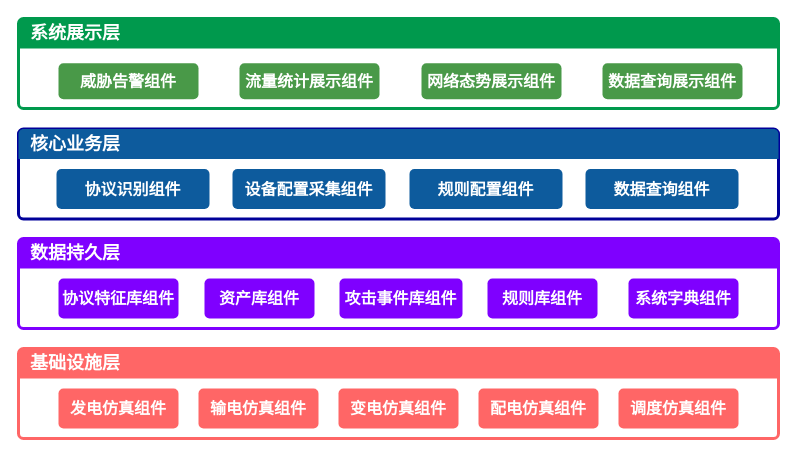
ytwei72/drawio keeps this draw.io diagram as page "试验管控" (4 of 4) of 功能组件.drawio. Above is the earlier version. Source tidied: cells renumbered, new cells numbered last; positions are measured from the earlier drawing's top-left corner, leaving out a move shared by most shapes. Both pictures are drawn from the tidied source at 100%, with x=0, y=0 at pixel (18, 18).
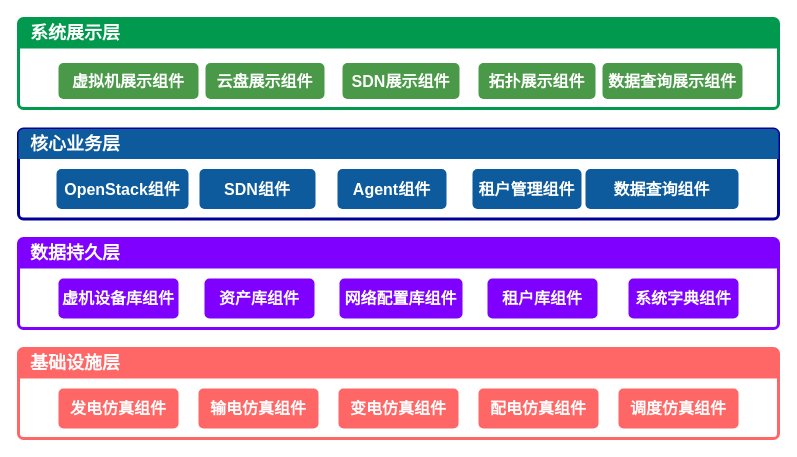
After the change.

Commit message:
增加试验管控.drawio

The change refers to these unchanged cells:
```xml
<mxCell id="2" style="html=1;shadow=0;dashed=0;shape=mxgraph.bootstrap.rrect;align=center;rSize=5;strokeColor=#00994D;fontColor=#f0f0f0;spacingTop=30;whiteSpace=wrap;fillColor=none;strokeWidth=3;" parent="1" vertex="1">
  <mxGeometry width="760" height="90" as="geometry" />
</mxCell>
<mxCell id="8" style="html=1;shadow=0;dashed=0;shape=mxgraph.bootstrap.rrect;align=center;rSize=5;strokeColor=#000099;fontColor=#f0f0f0;spacingTop=30;whiteSpace=wrap;fillColor=none;strokeWidth=3;" parent="1" vertex="1">
  <mxGeometry y="110.5" width="760" height="90" as="geometry" />
</mxCell>
<mxCell id="14" style="html=1;shadow=0;dashed=0;shape=mxgraph.bootstrap.rrect;align=center;rSize=5;strokeColor=#7F00FF;fontColor=#f0f0f0;spacingTop=30;whiteSpace=wrap;fillColor=none;strokeWidth=3;" parent="1" vertex="1">
  <mxGeometry y="220" width="760" height="90" as="geometry" />
</mxCell>
```

Change to the diagram source:
```diff
@@
-    <mxCell id="4" value="威胁告警组件" style="html=1;shadow=0;dashed=0;shape=mxgraph.bootstrap.rrect;align=center;rSize=5;strokeColor=none;fillColor=#499948;fontColor=#ffffff;fontStyle=1;whiteSpace=wrap;fontSize=16;fontFamily=楷体;" parent="2" vertex="1">
-      <mxGeometry x="40" y="44.7" width="140" height="36" as="geometry" />
+    <mxCell id="4" value="虚拟机展示组件" style="html=1;shadow=0;dashed=0;shape=mxgraph.bootstrap.rrect;align=center;rSize=5;strokeColor=none;fillColor=#499948;fontColor=#ffffff;fontStyle=1;whiteSpace=wrap;fontSize=16;fontFamily=楷体;flipH=1;flipV=1;" parent="2" vertex="1">
+      <mxGeometry x="40" y="44.5" width="140" height="36" as="geometry" />
     </mxCell>
-    <mxCell id="5" value="流量统计展示组件" style="html=1;shadow=0;dashed=0;shape=mxgraph.bootstrap.rrect;align=center;rSize=5;strokeColor=none;fillColor=#499948;fontColor=#ffffff;fontStyle=1;whiteSpace=wrap;fontSize=16;fontFamily=楷体;" parent="2" vertex="1">
-      <mxGeometry x="221" y="44.7" width="140" height="36" as="geometry" />
+    <mxCell id="5" value="云盘展示组件" style="html=1;shadow=0;dashed=0;shape=mxgraph.bootstrap.rrect;align=center;rSize=5;strokeColor=none;fillColor=#499948;fontColor=#ffffff;fontStyle=1;whiteSpace=wrap;fontSize=16;fontFamily=楷体;flipH=1;flipV=1;" parent="2" vertex="1">
+      <mxGeometry x="187" y="44.5" width="119" height="36" as="geometry" />
     </mxCell>
-    <mxCell id="6" value="网络态势展示组件" style="html=1;shadow=0;dashed=0;shape=mxgraph.bootstrap.rrect;align=center;rSize=5;strokeColor=none;fillColor=#499948;fontColor=#ffffff;fontStyle=1;whiteSpace=wrap;fontSize=16;fontFamily=楷体;" parent="2" vertex="1">
-      <mxGeometry x="403" y="44.7" width="140" height="36" as="geometry" />
+    <mxCell id="6" value="SDN展示组件" style="html=1;shadow=0;dashed=0;shape=mxgraph.bootstrap.rrect;align=center;rSize=5;strokeColor=none;fillColor=#499948;fontColor=#ffffff;fontStyle=1;whiteSpace=wrap;fontSize=16;fontFamily=楷体;flipH=1;flipV=1;" parent="2" vertex="1">
+      <mxGeometry x="324" y="44.5" width="117" height="36" as="geometry" />
     </mxCell>
-    <mxCell id="7" value="数据查询展示组件" style="html=1;shadow=0;dashed=0;shape=mxgraph.bootstrap.rrect;align=center;rSize=5;strokeColor=none;fillColor=#499948;fontColor=#ffffff;fontStyle=1;whiteSpace=wrap;fontSize=16;fontFamily=楷体;" parent="2" vertex="1">
-      <mxGeometry x="584" y="44.7" width="140" height="36" as="geometry" />
+    <mxCell id="7" value="数据查询展示组件" style="html=1;shadow=0;dashed=0;shape=mxgraph.bootstrap.rrect;align=center;rSize=5;strokeColor=none;fillColor=#499948;fontColor=#ffffff;fontStyle=1;whiteSpace=wrap;fontSize=16;fontFamily=楷体;flipH=1;flipV=1;" parent="2" vertex="1">
+      <mxGeometry x="584" y="44.5" width="140" height="36" as="geometry" />
     </mxCell>
+    <mxCell id="28" value="拓扑展示组件" style="html=1;shadow=0;dashed=0;shape=mxgraph.bootstrap.rrect;align=center;rSize=5;strokeColor=none;fillColor=#499948;fontColor=#ffffff;fontStyle=1;whiteSpace=wrap;fontSize=16;fontFamily=楷体;flipH=1;flipV=1;" parent="2" vertex="1">
+      <mxGeometry x="460" y="44.5" width="117" height="36" as="geometry" />
+    </mxCell>
@@
-    <mxCell id="10" value="协议识别组件" style="html=1;shadow=0;dashed=0;shape=mxgraph.bootstrap.rrect;align=center;rSize=5;strokeColor=none;fillColor=#0D5B9D;fontColor=#ffffff;fontStyle=1;whiteSpace=wrap;fontSize=16;fontFamily=楷体;" parent="8" vertex="1">
-      <mxGeometry x="38" y="40" width="153" height="40" as="geometry" />
+    <mxCell id="10" value="OpenStack组件" style="html=1;shadow=0;dashed=0;shape=mxgraph.bootstrap.rrect;align=center;rSize=5;strokeColor=none;fillColor=#0D5B9D;fontColor=#ffffff;fontStyle=1;whiteSpace=wrap;fontSize=16;fontFamily=楷体;" parent="8" vertex="1">
+      <mxGeometry x="38" y="40" width="132" height="40" as="geometry" />
     </mxCell>
-    <mxCell id="11" value="设备配置采集组件" style="html=1;shadow=0;dashed=0;shape=mxgraph.bootstrap.rrect;align=center;rSize=5;strokeColor=none;fillColor=#0D5B9D;fontColor=#ffffff;fontStyle=1;whiteSpace=wrap;fontSize=16;fontFamily=楷体;" parent="8" vertex="1">
-      <mxGeometry x="214" y="40" width="153" height="40" as="geometry" />
+    <mxCell id="11" value="SDN组件" style="html=1;shadow=0;dashed=0;shape=mxgraph.bootstrap.rrect;align=center;rSize=5;strokeColor=none;fillColor=#0D5B9D;fontColor=#ffffff;fontStyle=1;whiteSpace=wrap;fontSize=16;fontFamily=楷体;" parent="8" vertex="1">
+      <mxGeometry x="181" y="40" width="116" height="40" as="geometry" />
     </mxCell>
-    <mxCell id="12" value="规则配置组件" style="html=1;shadow=0;dashed=0;shape=mxgraph.bootstrap.rrect;align=center;rSize=5;strokeColor=none;fillColor=#0D5B9D;fontColor=#ffffff;fontStyle=1;whiteSpace=wrap;fontSize=16;fontFamily=楷体;" parent="8" vertex="1">
-      <mxGeometry x="391" y="40" width="153" height="40" as="geometry" />
+    <mxCell id="12" value="Agent组件" style="html=1;shadow=0;dashed=0;shape=mxgraph.bootstrap.rrect;align=center;rSize=5;strokeColor=none;fillColor=#0D5B9D;fontColor=#ffffff;fontStyle=1;whiteSpace=wrap;fontSize=16;fontFamily=楷体;" parent="8" vertex="1">
+      <mxGeometry x="319" y="40" width="109" height="40" as="geometry" />
     </mxCell>
@@
+    <mxCell id="29" value="租户管理组件" style="html=1;shadow=0;dashed=0;shape=mxgraph.bootstrap.rrect;align=center;rSize=5;strokeColor=none;fillColor=#0D5B9D;fontColor=#ffffff;fontStyle=1;whiteSpace=wrap;fontSize=16;fontFamily=楷体;" parent="8" vertex="1">
+      <mxGeometry x="454" y="40" width="109" height="40" as="geometry" />
+    </mxCell>
@@
-    <mxCell id="16" value="协议特征库组件" style="html=1;shadow=0;dashed=0;shape=mxgraph.bootstrap.rrect;align=center;rSize=5;strokeColor=none;fillColor=#7F00FF;fontColor=#ffffff;fontStyle=1;whiteSpace=wrap;fontSize=16;fontFamily=楷体;" parent="14" vertex="1">
+    <mxCell id="16" value="虚机设备库组件" style="html=1;shadow=0;dashed=0;shape=mxgraph.bootstrap.rrect;align=center;rSize=5;strokeColor=none;fillColor=#7F00FF;fontColor=#ffffff;fontStyle=1;whiteSpace=wrap;fontSize=16;fontFamily=楷体;" parent="14" vertex="1">
       <mxGeometry x="40" y="40" width="120" height="40" as="geometry" />
     </mxCell>
@@
-    <mxCell id="18" value="规则库组件" style="html=1;shadow=0;dashed=0;shape=mxgraph.bootstrap.rrect;align=center;rSize=5;strokeColor=none;fillColor=#7F00FF;fontColor=#ffffff;fontStyle=1;whiteSpace=wrap;fontSize=16;fontFamily=楷体;" parent="14" vertex="1">
+    <mxCell id="18" value="租户库组件" style="html=1;shadow=0;dashed=0;shape=mxgraph.bootstrap.rrect;align=center;rSize=5;strokeColor=none;fillColor=#7F00FF;fontColor=#ffffff;fontStyle=1;whiteSpace=wrap;fontSize=16;fontFamily=楷体;" parent="14" vertex="1">
       <mxGeometry x="469" y="40" width="110" height="40" as="geometry" />
     </mxCell>
@@
-    <mxCell id="20" value="攻击事件库组件" style="html=1;shadow=0;dashed=0;shape=mxgraph.bootstrap.rrect;align=center;rSize=5;strokeColor=none;fillColor=#7F00FF;fontColor=#ffffff;fontStyle=1;whiteSpace=wrap;fontSize=16;fontFamily=楷体;" parent="14" vertex="1">
+    <mxCell id="20" value="网络配置库组件" style="html=1;shadow=0;dashed=0;shape=mxgraph.bootstrap.rrect;align=center;rSize=5;strokeColor=none;fillColor=#7F00FF;fontColor=#ffffff;fontStyle=1;whiteSpace=wrap;fontSize=16;fontFamily=楷体;" parent="14" vertex="1">
       <mxGeometry x="321" y="40" width="123" height="40" as="geometry" />
     </mxCell>
```
